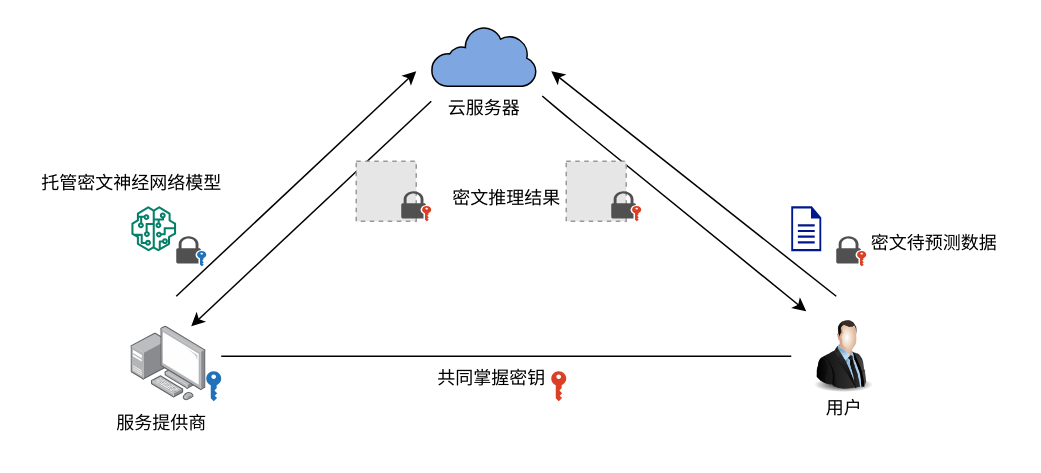
Above: figures/系统模型新.drawio in mokatto/drawio (draw.io), before the change. Source tidied: cells renumbered, new cells numbered last; positions are measured from the earlier drawing's top-left corner, leaving out a move shared by most shapes. Both pictures are drawn from the tidied source at 150%, with x=0, y=0 at pixel (26, 26). Pictures stored in the file or linked from it are replaced by grey dashed boxes.
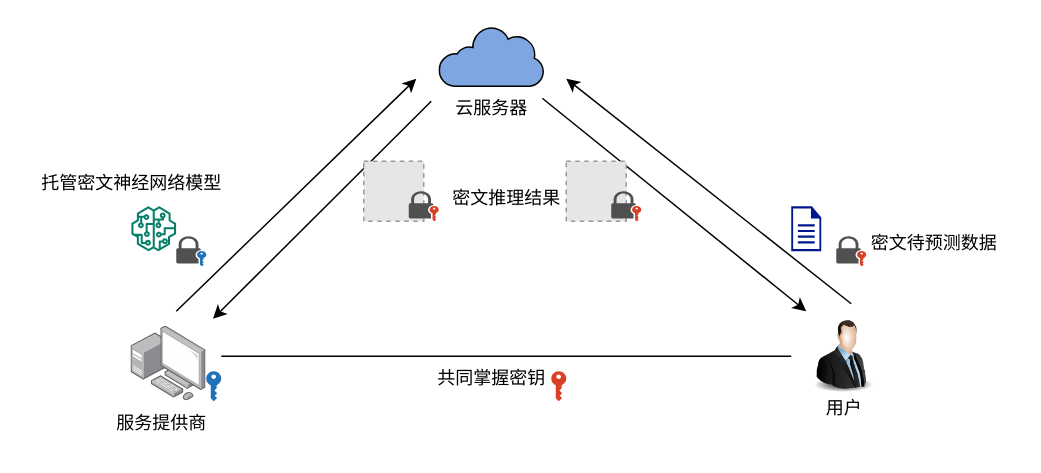
After the change.

Commit message:
更新系统模型新.drawio

Unchanged cells that the change refers to:
```xml
<mxCell id="12" style="image;html=1;image=img/lib/clip_art/people/Suit_Man_128x128.png;" parent="11" vertex="1">
  <mxGeometry width="50" height="60" as="geometry" />
</mxCell>
<mxCell id="33" style="image;points=[];html=1;align=center;shadow=0;dashed=0;image=img/lib/allied_telesis/computer_and_terminals/Personal_Computer_with_Server.svg;" parent="30" vertex="1">
  <mxGeometry x="20" width="50" height="50" as="geometry" />
</mxCell>
```

The edit, as a diff of the source:
```diff
@@
-    <mxCell id="2" style="jettySize=auto;html=1;endFill=1;entryX=0;entryY=0;entryDx=0;entryDy=0;exitX=1.057;exitY=0.217;exitDx=0;exitDy=0;exitPerimeter=0;" parent="1" edge="1" source="3" target="12">
-      <mxGeometry relative="1" as="geometry">
-        <Array as="points">
-          <mxPoint x="360" y="60" />
-        </Array>
-      </mxGeometry>
+    <mxCell id="2" style="jettySize=auto;html=1;endFill=1;entryX=0;entryY=0;entryDx=0;entryDy=0;exitX=0.986;exitY=0.267;exitDx=0;exitDy=0;exitPerimeter=0;" parent="1" edge="1" source="3" target="12">
+      <mxGeometry relative="1" as="geometry" />
     </mxCell>
     <mxCell id="3" value="云服务器" style="text;html=1;align=center;verticalAlign=middle;points=[];strokeColor=none;fillColor=none;" parent="1" vertex="1">
-      <mxGeometry x="270" y="40" width="70" height="30" as="geometry" />
+      <mxGeometry x="275" y="40" width="70" height="30" as="geometry" />
     </mxCell>
     <mxCell id="4" style="endArrow=classic;html=1;rounded=0;" parent="1" edge="1">
       <mxGeometry relative="1" as="geometry">
-        <mxPoint x="100" y="180" as="sourcePoint" />
-        <mxPoint x="260" y="30" as="targetPoint" />
+        <mxPoint x="100" y="190" as="sourcePoint" />
+        <mxPoint x="260" y="35" as="targetPoint" />
       </mxGeometry>
     </mxCell>
@@
     <mxCell id="6" style="endArrow=classic;html=1;rounded=0;" parent="1" edge="1">
       <mxGeometry relative="1" as="geometry">
-        <mxPoint x="540" y="180" as="sourcePoint" />
-        <mxPoint x="350" y="30" as="targetPoint" />
+        <mxPoint x="550" y="185" as="sourcePoint" />
+        <mxPoint x="360" y="35" as="targetPoint" />
       </mxGeometry>
     </mxCell>
@@
-    <mxCell id="10" style="endArrow=classic;html=1;rounded=0;exitX=0;exitY=1;exitDx=0;exitDy=0;" parent="1" edge="1">
+    <mxCell id="10" style="endArrow=classic;html=1;rounded=0;exitX=0;exitY=1;exitDx=0;exitDy=0;entryX=1.09;entryY=-0.1;entryDx=0;entryDy=0;entryPerimeter=0;" parent="1" edge="1" target="33">
       <mxGeometry relative="1" as="geometry">
         <mxPoint x="270" y="50" as="sourcePoint" />
-        <mxPoint x="110" y="200" as="targetPoint" />
       </mxGeometry>
     </mxCell>
@@
     <mxCell id="20" style="group;" parent="1" vertex="1">
-      <mxGeometry x="220" y="90" width="50" height="40" as="geometry" />
+      <mxGeometry x="225" y="90" width="50" height="40" as="geometry" />
     </mxCell>
@@
     <mxCell id="26" style="sketch=0;shadow=0;dashed=0;html=1;labelPosition=center;verticalLabelPosition=bottom;verticalAlign=top;align=center;shape=mxgraph.mscae.enterprise.internet;fillColor=#7EA6E0;" parent="1" vertex="1">
-      <mxGeometry x="270" width="70" height="40" as="geometry" />
+      <mxGeometry x="275" width="70" height="40" as="geometry" />
     </mxCell>
```
